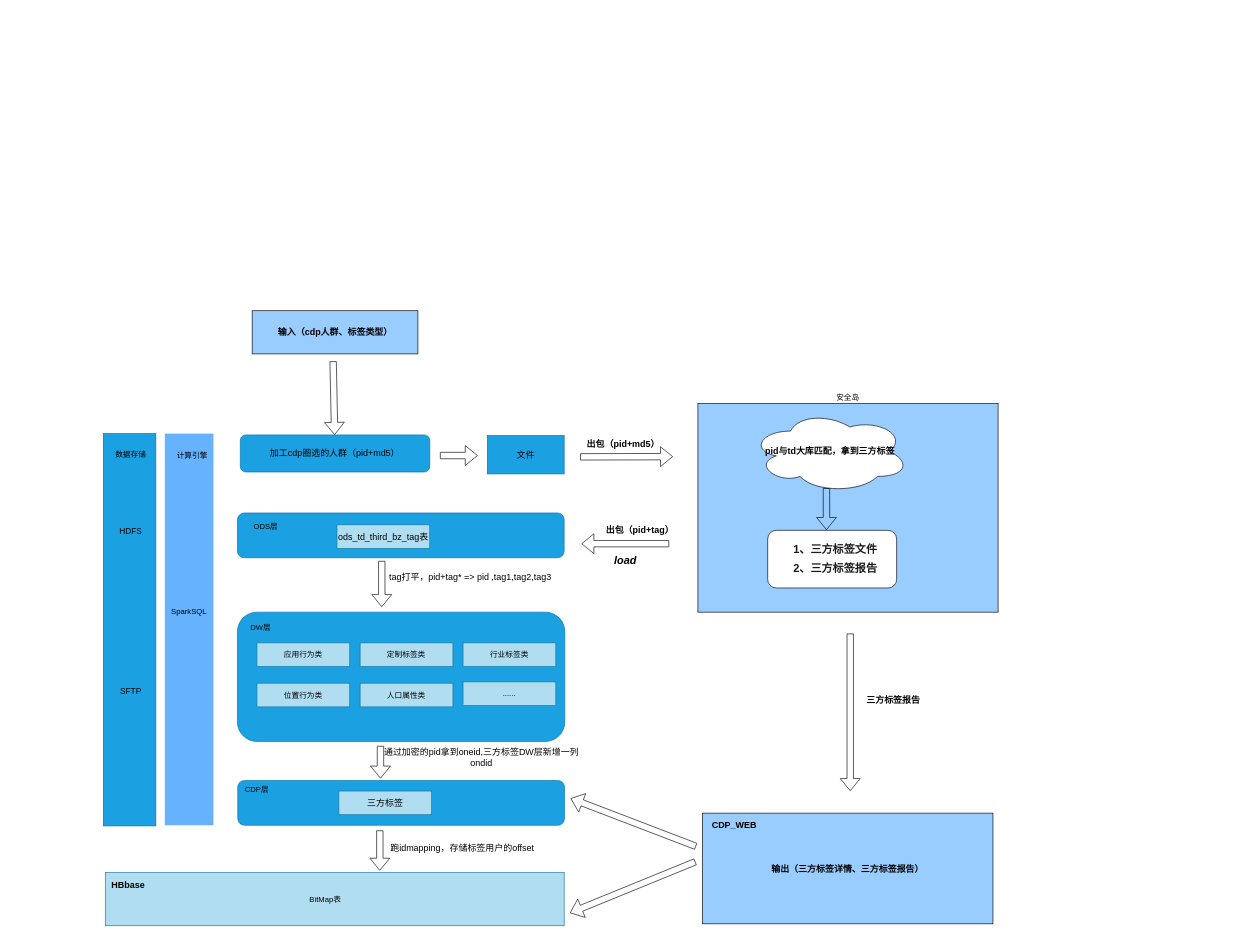
The draw.io diagram 安全岛三方标签补充.drawio in DThadch/draw, before the edit. Source tidied: cells renumbered, new cells numbered last; positions are measured from the earlier drawing's top-left corner, leaving out a move shared by most shapes. Both pictures are drawn from the tidied source at 64%, with x=0, y=0 at pixel (103, 310).
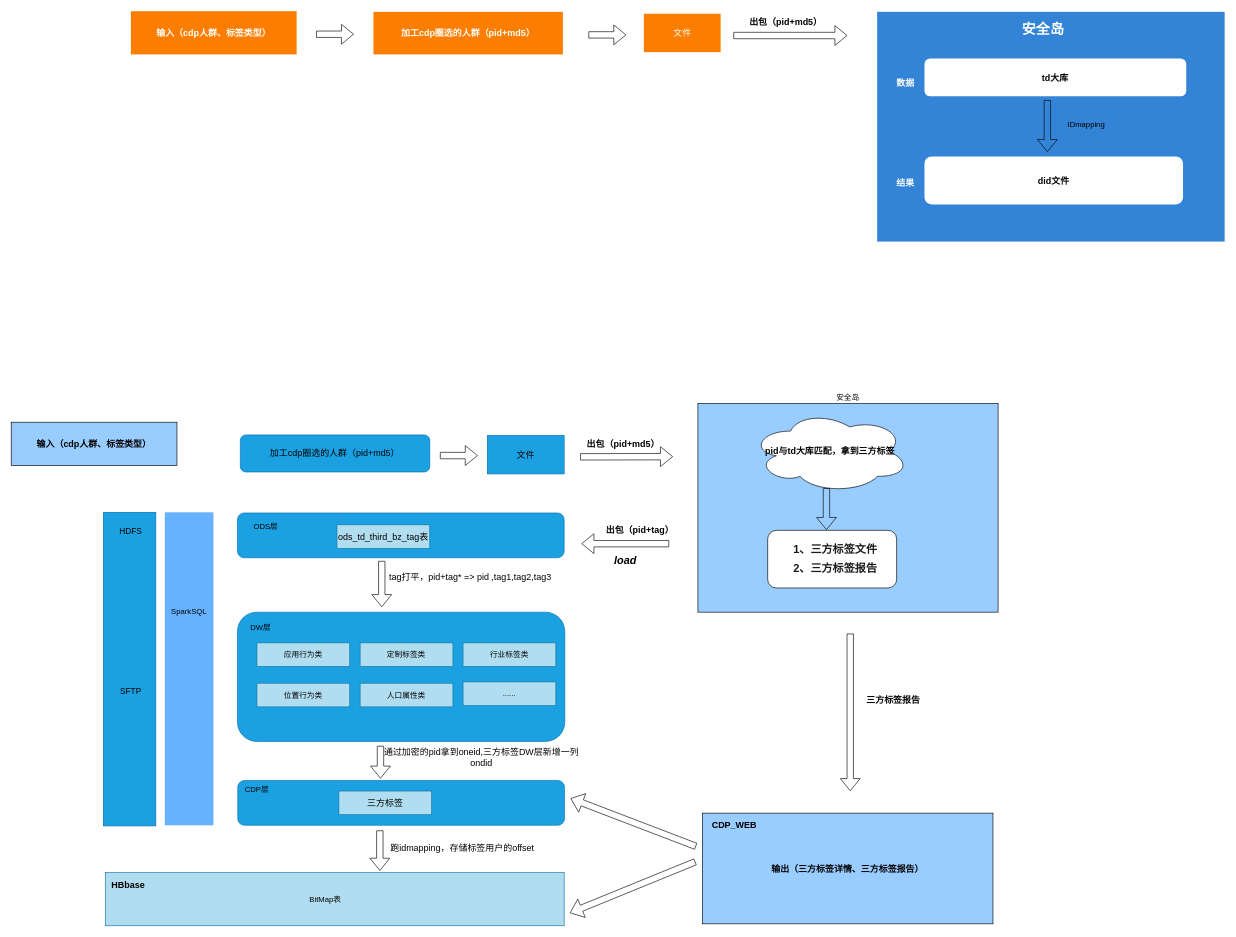
After the change.

Commit message (it also covers changes not shown here):
更新安全岛三方标签补充.drawio

The change refers to these unchanged cells:
```xml
<mxCell id="19" value="加工cdp圈选的人群（pid+md5）" style="rounded=1;whiteSpace=wrap;html=1;fillColor=#1ba1e2;strokeColor=#006EAF;fontColor=#000000;fontSize=14;" parent="1" vertex="1">
  <mxGeometry x="214" y="194" width="296" height="58" as="geometry" />
</mxCell>
```

Diff of the diagram source:
```diff
@@
     <mxCell id="10" value="输入（cdp人群、标签类型）" style="rounded=0;whiteSpace=wrap;html=1;fillColor=#99CCFF;fontSize=14;fontStyle=1;" parent="1" vertex="1">
-      <mxGeometry x="232.5" width="259" height="67.5" as="geometry" />
+      <mxGeometry x="-144" y="174.2" width="259" height="67.5" as="geometry" />
     </mxCell>
     <mxCell id="11" style="rounded=0;whiteSpace=wrap;html=1;fontSize=15;fontColor=#ffffff;fillColor=#1ba1e2;labelBackgroundColor=#33FFFF;strokeColor=#006EAF;" parent="1" vertex="1">
-      <mxGeometry y="192" width="82" height="613" as="geometry" />
+      <mxGeometry y="315" width="82" height="490" as="geometry" />
     </mxCell>
-    <mxCell id="12" value="&lt;font color=&quot;#000000&quot; style=&quot;font-size: 12px;&quot;&gt;数据存储&lt;/font&gt;" style="text;html=1;strokeColor=none;fillColor=none;align=center;verticalAlign=middle;whiteSpace=wrap;rounded=0;fontSize=12;fontColor=#FFFFFF;" parent="1" vertex="1">
-      <mxGeometry x="12.5" y="210" width="60" height="30" as="geometry" />
-    </mxCell>
@@
     <mxCell id="14" style="rounded=0;whiteSpace=wrap;html=1;fontSize=15;fontColor=#FFFFFF;fillColor=#66B2FF;labelBackgroundColor=#33FFFF;strokeColor=none;" parent="1" vertex="1">
-      <mxGeometry x="96" y="192" width="76" height="612" as="geometry" />
+      <mxGeometry x="96" y="315" width="76" height="489" as="geometry" />
     </mxCell>
-    <mxCell id="15" value="&lt;font color=&quot;#000000&quot; style=&quot;font-size: 12px;&quot;&gt;计算引擎&lt;/font&gt;" style="text;html=1;strokeColor=none;fillColor=none;align=center;verticalAlign=middle;whiteSpace=wrap;rounded=0;fontSize=12;fontColor=#FFFFFF;" parent="1" vertex="1">
-      <mxGeometry x="109" y="212" width="60" height="30" as="geometry" />
-    </mxCell>
@@
-    <mxCell id="51" style="shape=flexArrow;endArrow=classic;html=1;rounded=0;" parent="1" edge="1" target="19">
-      <mxGeometry relative="1" as="geometry">
-        <mxPoint x="359" y="79" as="sourcePoint" />
-      </mxGeometry>
-    </mxCell>
+    <mxCell id="52" value="出包（pid+md5）" style="text;html=1;strokeColor=none;fillColor=none;align=center;verticalAlign=middle;whiteSpace=wrap;rounded=0;fontStyle=1;fontSize=14;" parent="1" vertex="1">
+      <mxGeometry x="994.5" y="-465" width="143" height="28" as="geometry" />
+    </mxCell>
+    <mxCell id="53" value="输入（cdp人群、标签类型）" style="rounded=0;whiteSpace=wrap;html=1;fillColor=#FC7E00;fontSize=14;fontStyle=1;fontColor=#FFFFFF;strokeColor=none;" parent="1" vertex="1">
+      <mxGeometry x="43" y="-468" width="259" height="67.5" as="geometry" />
+    </mxCell>
+    <mxCell id="54" value="加工cdp圈选的人群（pid+md5）" style="rounded=0;whiteSpace=wrap;html=1;fillColor=#FC7E00;strokeColor=none;fontColor=#FFFFFF;fontSize=14;fontStyle=1;" parent="1" vertex="1">
+      <mxGeometry x="422" y="-467" width="296" height="66.5" as="geometry" />
+    </mxCell>
+    <mxCell id="55" value="文件" style="rounded=0;whiteSpace=wrap;html=1;fillColor=#FC7E00;fontColor=#FFFFFF;strokeColor=none;fontSize=14;" parent="1" vertex="1">
+      <mxGeometry x="844.5" y="-464" width="120" height="60" as="geometry" />
+    </mxCell>
+    <mxCell id="56" style="shape=flexArrow;endArrow=classic;html=1;rounded=0;" parent="1" edge="1">
+      <mxGeometry relative="1" as="geometry">
+        <mxPoint x="758" y="-431" as="sourcePoint" />
+        <mxPoint x="817" y="-431" as="targetPoint" />
+      </mxGeometry>
+    </mxCell>
+    <mxCell id="57" style="shape=flexArrow;endArrow=classic;html=1;rounded=0;" parent="1" edge="1">
+      <mxGeometry relative="1" as="geometry">
+        <mxPoint x="984.5" y="-430" as="sourcePoint" />
+        <mxPoint x="1162.5" y="-430" as="targetPoint" />
+      </mxGeometry>
+    </mxCell>
+    <mxCell id="58" style="shape=flexArrow;endArrow=classic;html=1;rounded=0;" parent="1" edge="1">
+      <mxGeometry relative="1" as="geometry">
+        <mxPoint x="332.5" y="-432" as="sourcePoint" />
+        <mxPoint x="391.5" y="-432" as="targetPoint" />
+      </mxGeometry>
+    </mxCell>
+    <mxCell id="59" style="rounded=0;whiteSpace=wrap;html=1;fillColor=#0066CC;strokeColor=none;strokeWidth=3;opacity=80;" parent="1" vertex="1">
+      <mxGeometry x="1209" y="-467" width="543" height="359" as="geometry" />
+    </mxCell>
+    <mxCell id="60" value="&lt;font color=&quot;#000000&quot;&gt;&lt;b&gt;td大库&lt;/b&gt;&lt;/font&gt;" style="rounded=1;whiteSpace=wrap;html=1;fillColor=#FFFFFF;strokeColor=none;fontColor=#ffffff;fontSize=14;" parent="1" vertex="1">
+      <mxGeometry x="1283" y="-394" width="409" height="59" as="geometry" />
+    </mxCell>
+    <mxCell id="61" value="&lt;font color=&quot;#000000&quot;&gt;&lt;b&gt;did文件&lt;/b&gt;&lt;/font&gt;" style="rounded=1;whiteSpace=wrap;html=1;fillColor=#FFFFFF;strokeColor=none;fontColor=#ffffff;fontSize=14;" parent="1" vertex="1">
+      <mxGeometry x="1283" y="-241" width="404" height="75" as="geometry" />
+    </mxCell>
+    <mxCell id="62" value="&lt;font color=&quot;#ffffff&quot;&gt;数据&lt;/font&gt;" style="text;html=1;strokeColor=none;fillColor=none;align=center;verticalAlign=middle;whiteSpace=wrap;rounded=0;fontSize=14;fontStyle=1;" parent="1" vertex="1">
+      <mxGeometry x="1204" y="-370" width="98.5" height="30" as="geometry" />
+    </mxCell>
+    <mxCell id="63" value="&lt;font color=&quot;#ffffff&quot;&gt;结果&lt;/font&gt;" style="text;html=1;strokeColor=none;fillColor=none;align=center;verticalAlign=middle;whiteSpace=wrap;rounded=0;fontSize=14;fontStyle=1;" parent="1" vertex="1">
+      <mxGeometry x="1204" y="-218" width="98.5" height="35" as="geometry" />
+    </mxCell>
+    <mxCell id="64" value="&lt;font color=&quot;#ffffff&quot; style=&quot;font-size: 22px;&quot;&gt;安全岛&lt;/font&gt;" style="text;html=1;strokeColor=none;fillColor=none;align=center;verticalAlign=middle;whiteSpace=wrap;rounded=0;fontSize=14;fontStyle=1;fontColor=#000000;" parent="1" vertex="1">
+      <mxGeometry x="1418.5" y="-454" width="98.5" height="30" as="geometry" />
+    </mxCell>
+    <mxCell id="65" style="shape=flexArrow;endArrow=classic;html=1;rounded=0;" parent="1" edge="1">
+      <mxGeometry relative="1" as="geometry">
+        <mxPoint x="1475" y="-329" as="sourcePoint" />
+        <mxPoint x="1475" y="-248" as="targetPoint" />
+      </mxGeometry>
+    </mxCell>
+    <mxCell id="66" value="IDmapping" style="text;html=1;strokeColor=none;fillColor=none;align=center;verticalAlign=middle;whiteSpace=wrap;rounded=0;" parent="1" vertex="1">
+      <mxGeometry x="1506" y="-306" width="60" height="30" as="geometry" />
+    </mxCell>
```
